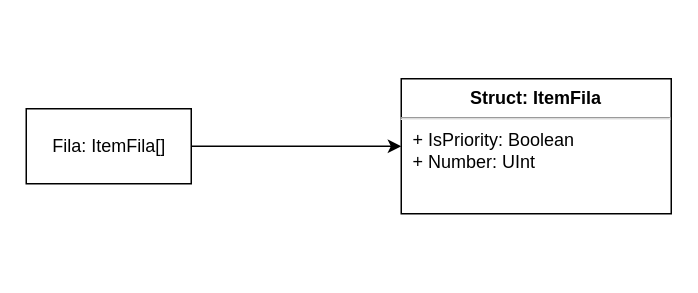
Earlier version of the draw.io diagram page "Estrutura dados" (1 of 5) of documentation/fluxo.drawio (ssdaniel96/facul-estrutura_de_dados-proj_fila). Source tidied: cells renumbered, new cells numbered last; positions are measured from the earlier drawing's top-left corner, leaving out a move shared by most shapes. Both pictures are drawn from the tidied source at 150%, with x=0, y=0 at pixel (26, 78).
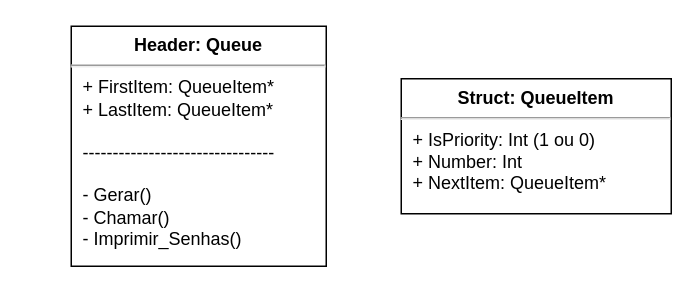
After the change.

Diff of the diagram source:
```diff
@@
 <mxGraphModel>
   <root>
     <mxCell id="0" />
     <mxCell id="1" parent="0" />
-    <mxCell id="2" style="edgeStyle=orthogonalEdgeStyle;rounded=0;jettySize=auto;html=1;entryX=0;entryY=0.5;entryDx=0;entryDy=0;" parent="1" edge="1" source="3" target="4">
-      <mxGeometry relative="1" as="geometry" />
-    </mxCell>
-    <mxCell id="3" value="Fila: ItemFila[]" style="html=1;" parent="1" vertex="1">
-      <mxGeometry y="20" width="110" height="50" as="geometry" />
-    </mxCell>
-    <mxCell id="4" value="&lt;p style=&quot;margin: 0px ; margin-top: 6px ; text-align: center&quot;&gt;&lt;b&gt;Struct: ItemFila&lt;/b&gt;&lt;/p&gt;&lt;hr&gt;&lt;p style=&quot;margin: 0px ; margin-left: 8px&quot;&gt;+ IsPriority: Boolean&lt;br&gt;+ Number: UInt&lt;/p&gt;" style="align=left;overflow=fill;html=1;" parent="1" vertex="1">
+    <mxCell id="4" value="&lt;p style=&quot;margin: 0px ; margin-top: 6px ; text-align: center&quot;&gt;&lt;b&gt;Struct: QueueItem&lt;/b&gt;&lt;/p&gt;&lt;hr&gt;&lt;p style=&quot;margin: 0px ; margin-left: 8px&quot;&gt;+ IsPriority: Int (1 ou 0)&lt;/p&gt;&lt;p style=&quot;margin: 0px ; margin-left: 8px&quot;&gt;+ Number: Int&lt;/p&gt;&lt;p style=&quot;margin: 0px ; margin-left: 8px&quot;&gt;+ NextItem: QueueItem*&lt;/p&gt;" style="align=left;overflow=fill;html=1;" parent="1" vertex="1">
       <mxGeometry x="250" width="180" height="90" as="geometry" />
     </mxCell>
+    <mxCell id="5" value="&lt;p style=&quot;margin: 0px ; margin-top: 6px ; text-align: center&quot;&gt;&lt;b&gt;Header: Queue&lt;/b&gt;&lt;/p&gt;&lt;hr&gt;&lt;p style=&quot;margin: 0px ; margin-left: 8px&quot;&gt;+ FirstItem: QueueItem*&lt;br&gt;+ LastItem: QueueItem*&lt;/p&gt;&lt;p style=&quot;margin: 0px ; margin-left: 8px&quot;&gt;&lt;br&gt;&lt;/p&gt;&lt;p style=&quot;margin: 0px ; margin-left: 8px&quot;&gt;--------------------------------&lt;/p&gt;&lt;p style=&quot;margin: 0px ; margin-left: 8px&quot;&gt;&lt;br&gt;&lt;/p&gt;&lt;p style=&quot;margin: 0px ; margin-left: 8px&quot;&gt;- Gerar()&lt;/p&gt;&lt;p style=&quot;margin: 0px ; margin-left: 8px&quot;&gt;- Chamar()&lt;/p&gt;&lt;p style=&quot;margin: 0px ; margin-left: 8px&quot;&gt;- Imprimir_Senhas()&lt;/p&gt;&lt;p style=&quot;margin: 0px ; margin-left: 8px&quot;&gt;&lt;br&gt;&lt;/p&gt;" style="align=left;overflow=fill;html=1;" parent="1" vertex="1">
+      <mxGeometry x="30" y="-35" width="170" height="160" as="geometry" />
+    </mxCell>
   </root>
 </mxGraphModel>
```
